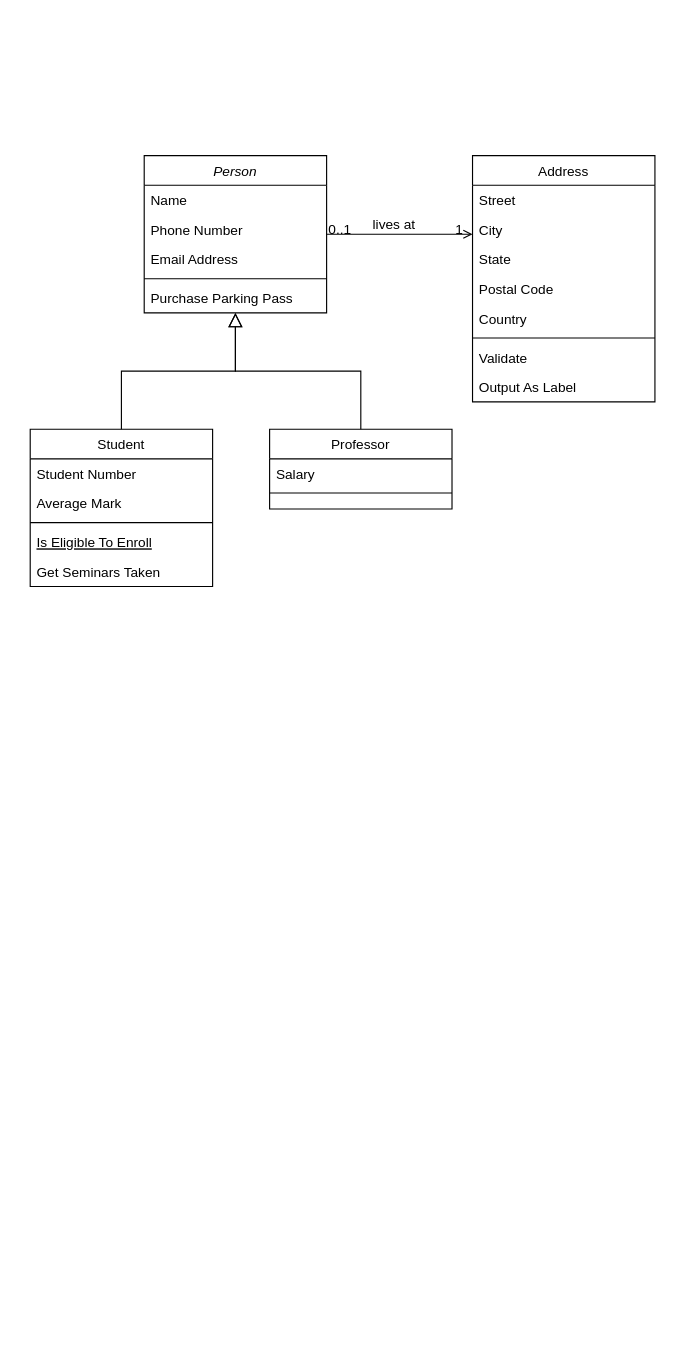
Earlier version of the draw.io diagram Untitled Diagram.drawio (NgoAnhThanThien/thanthien123). Source tidied: cells renumbered, new cells numbered last; positions are measured from the earlier drawing's top-left corner, leaving out a move shared by most shapes. Both pictures are drawn from the tidied source at 114%, with x=0, y=0 at pixel (30, 155).
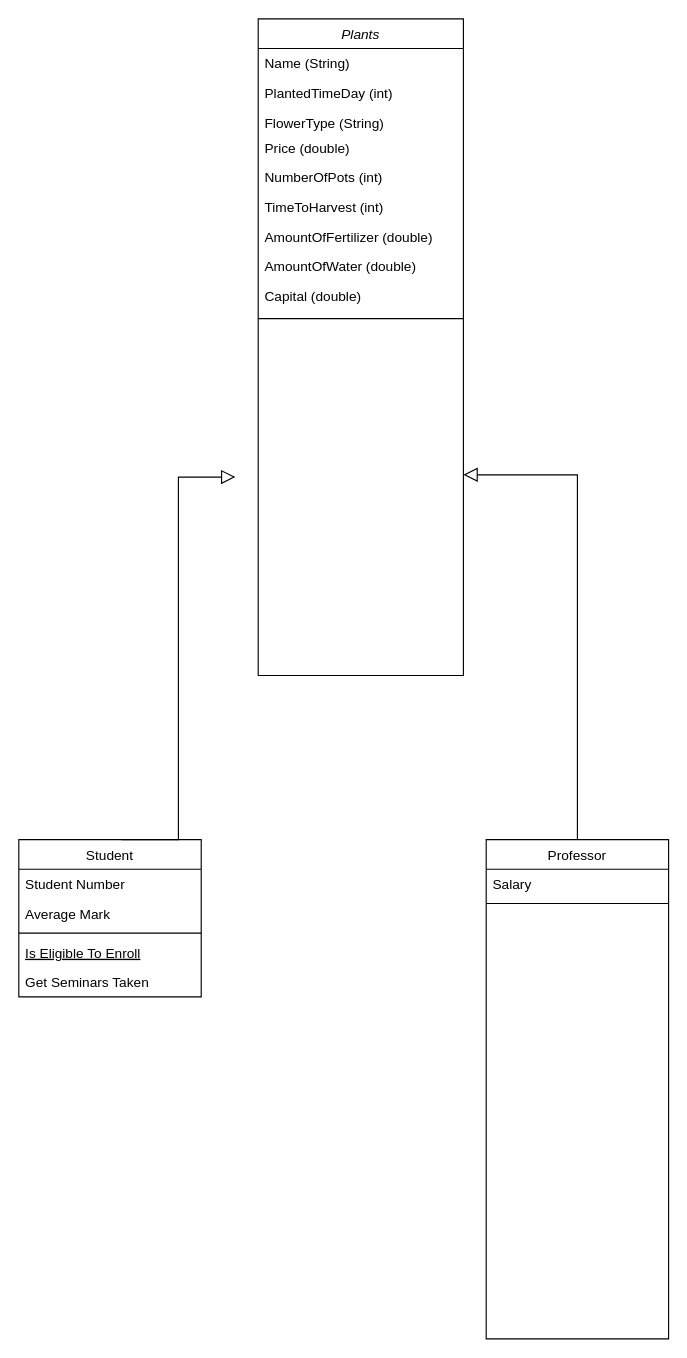
The same page after the edit.

Diff of the diagram source:
```diff
@@
-    <mxCell id="2" value="Person" style="swimlane;fontStyle=2;align=center;verticalAlign=top;horizontal=1;startSize=26;rounded=0;shadow=0;strokeWidth=1;" parent="1" vertex="1">
-      <mxGeometry x="100" width="160" height="138" as="geometry" />
+    <mxCell id="2" value="Plants" style="swimlane;fontStyle=2;align=center;verticalAlign=top;horizontal=1;startSize=26;rounded=0;shadow=0;strokeWidth=1;" parent="1" vertex="1">
+      <mxGeometry x="200" y="-120" width="180" height="576" as="geometry" />
     </mxCell>
-    <mxCell id="3" value="Name" style="text;align=left;verticalAlign=top;spacingLeft=4;spacingRight=4;overflow=hidden;" parent="2" vertex="1">
-      <mxGeometry y="26" width="160" height="26" as="geometry" />
+    <mxCell id="3" value="Name (String)" style="text;align=left;verticalAlign=top;spacingLeft=4;spacingRight=4;overflow=hidden;" parent="2" vertex="1">
+      <mxGeometry y="26" width="180" height="26" as="geometry" />
     </mxCell>
-    <mxCell id="4" value="Phone Number" style="text;align=left;verticalAlign=top;spacingLeft=4;spacingRight=4;overflow=hidden;rounded=0;shadow=0;html=0;" parent="2" vertex="1">
-      <mxGeometry y="52" width="160" height="26" as="geometry" />
+    <mxCell id="4" value="PlantedTimeDay (int)" style="text;align=left;verticalAlign=top;spacingLeft=4;spacingRight=4;overflow=hidden;rounded=0;shadow=0;html=0;" parent="2" vertex="1">
+      <mxGeometry y="52" width="180" height="26" as="geometry" />
     </mxCell>
-    <mxCell id="5" value="Email Address" style="text;align=left;verticalAlign=top;spacingLeft=4;spacingRight=4;overflow=hidden;rounded=0;shadow=0;html=0;" parent="2" vertex="1">
-      <mxGeometry y="78" width="160" height="26" as="geometry" />
+    <mxCell id="5" value="FlowerType (String)" style="text;align=left;verticalAlign=top;spacingLeft=4;spacingRight=4;overflow=hidden;rounded=0;shadow=0;html=0;" parent="2" vertex="1">
+      <mxGeometry y="78" width="180" height="22" as="geometry" />
     </mxCell>
+    <mxCell id="32" value="Price (double)" style="text;align=left;verticalAlign=top;spacingLeft=4;spacingRight=4;overflow=hidden;" parent="2" vertex="1">
+      <mxGeometry y="100" width="180" height="26" as="geometry" />
+    </mxCell>
+    <mxCell id="33" value="NumberOfPots (int)" style="text;align=left;verticalAlign=top;spacingLeft=4;spacingRight=4;overflow=hidden;" parent="2" vertex="1">
+      <mxGeometry y="126" width="180" height="26" as="geometry" />
+    </mxCell>
+    <mxCell id="7" value="TimeToHarvest (int)" style="text;align=left;verticalAlign=top;spacingLeft=4;spacingRight=4;overflow=hidden;" parent="2" vertex="1">
+      <mxGeometry y="152" width="180" height="26" as="geometry" />
+    </mxCell>
+    <mxCell id="34" value="AmountOfFertilizer (double)" style="text;align=left;verticalAlign=top;spacingLeft=4;spacingRight=4;overflow=hidden;" parent="2" vertex="1">
+      <mxGeometry y="178" width="180" height="26" as="geometry" />
+    </mxCell>
+    <mxCell id="35" value="AmountOfWater (double)" style="text;align=left;verticalAlign=top;spacingLeft=4;spacingRight=4;overflow=hidden;" parent="2" vertex="1">
+      <mxGeometry y="204" width="180" height="26" as="geometry" />
+    </mxCell>
+    <mxCell id="36" value="Capital (double)" style="text;align=left;verticalAlign=top;spacingLeft=4;spacingRight=4;overflow=hidden;" parent="2" vertex="1">
+      <mxGeometry y="230" width="180" height="26" as="geometry" />
+    </mxCell>
     <mxCell id="6" style="line;html=1;strokeWidth=1;align=left;verticalAlign=middle;spacingTop=-1;spacingLeft=3;spacingRight=3;labelPosition=right;" parent="2" vertex="1">
-      <mxGeometry y="104" width="160" height="8" as="geometry" />
+      <mxGeometry y="256" width="180" height="14" as="geometry" />
     </mxCell>
-    <mxCell id="7" value="Purchase Parking Pass" style="text;align=left;verticalAlign=top;spacingLeft=4;spacingRight=4;overflow=hidden;" parent="2" vertex="1">
-      <mxGeometry y="112" width="160" height="26" as="geometry" />
-    </mxCell>
     <mxCell id="8" value="Student" style="swimlane;fontStyle=0;align=center;verticalAlign=top;horizontal=1;startSize=26;rounded=0;shadow=0;strokeWidth=1;" parent="1" vertex="1">
-      <mxGeometry y="240" width="160" height="138" as="geometry" />
+      <mxGeometry x="-10" y="600" width="160" height="138" as="geometry" />
     </mxCell>
@@
-    <mxCell id="14" style="endArrow=block;endSize=10;endFill=0;shadow=0;strokeWidth=1;rounded=0;curved=0;edgeStyle=elbowEdgeStyle;elbow=vertical;" parent="1" edge="1" source="8" target="2">
-      <mxGeometry relative="1" as="geometry" />
+    <mxCell id="14" style="endArrow=block;endSize=10;endFill=0;shadow=0;strokeWidth=1;rounded=0;edgeStyle=elbowEdgeStyle;entryX=0;entryY=0.75;entryDx=0;entryDy=0;" parent="1" edge="1">
+      <mxGeometry relative="1" as="geometry">
+        <mxPoint x="80" y="600" as="sourcePoint" />
+        <mxPoint x="180" y="282" as="targetPoint" />
+      </mxGeometry>
     </mxCell>
     <mxCell id="15" value="Professor" style="swimlane;fontStyle=0;align=center;verticalAlign=top;horizontal=1;startSize=26;rounded=0;shadow=0;strokeWidth=1;" parent="1" vertex="1">
-      <mxGeometry x="210" y="240" width="160" height="70" as="geometry" />
+      <mxGeometry x="400" y="600" width="160" height="438" as="geometry" />
     </mxCell>
@@
     <mxCell id="18" style="endArrow=block;endSize=10;endFill=0;shadow=0;strokeWidth=1;rounded=0;curved=0;edgeStyle=elbowEdgeStyle;elbow=vertical;" parent="1" edge="1" source="15" target="2">
-      <mxGeometry relative="1" as="geometry" />
+      <mxGeometry relative="1" as="geometry">
+        <Array as="points">
+          <mxPoint x="330" y="280" />
+          <mxPoint x="270" y="440" />
+          <mxPoint x="350" y="460" />
+          <mxPoint x="250" y="160" />
+          <mxPoint x="450" y="180" />
+          <mxPoint x="470" y="160" />
+        </Array>
+      </mxGeometry>
     </mxCell>
-    <mxCell id="19" value="Address" style="swimlane;fontStyle=0;align=center;verticalAlign=top;horizontal=1;startSize=26;rounded=0;shadow=0;strokeWidth=1;" parent="1" vertex="1">
-      <mxGeometry x="388" width="160" height="216" as="geometry" />
-    </mxCell>
-    <mxCell id="20" value="Street" style="text;align=left;verticalAlign=top;spacingLeft=4;spacingRight=4;overflow=hidden;" parent="19" vertex="1">
-      <mxGeometry y="26" width="160" height="26" as="geometry" />
-    </mxCell>
-    <mxCell id="21" value="City" style="text;align=left;verticalAlign=top;spacingLeft=4;spacingRight=4;overflow=hidden;rounded=0;shadow=0;html=0;" parent="19" vertex="1">
-      <mxGeometry y="52" width="160" height="26" as="geometry" />
-    </mxCell>
-    <mxCell id="22" value="State" style="text;align=left;verticalAlign=top;spacingLeft=4;spacingRight=4;overflow=hidden;rounded=0;shadow=0;html=0;" parent="19" vertex="1">
-      <mxGeometry y="78" width="160" height="26" as="geometry" />
-    </mxCell>
-    <mxCell id="23" value="Postal Code" style="text;align=left;verticalAlign=top;spacingLeft=4;spacingRight=4;overflow=hidden;rounded=0;shadow=0;html=0;" parent="19" vertex="1">
-      <mxGeometry y="104" width="160" height="26" as="geometry" />
-    </mxCell>
-    <mxCell id="24" value="Country" style="text;align=left;verticalAlign=top;spacingLeft=4;spacingRight=4;overflow=hidden;rounded=0;shadow=0;html=0;" parent="19" vertex="1">
-      <mxGeometry y="130" width="160" height="26" as="geometry" />
-    </mxCell>
-    <mxCell id="25" style="line;html=1;strokeWidth=1;align=left;verticalAlign=middle;spacingTop=-1;spacingLeft=3;spacingRight=3;labelPosition=right;" parent="19" vertex="1">
-      <mxGeometry y="156" width="160" height="8" as="geometry" />
-    </mxCell>
-    <mxCell id="26" value="Validate" style="text;align=left;verticalAlign=top;spacingLeft=4;spacingRight=4;overflow=hidden;" parent="19" vertex="1">
-      <mxGeometry y="164" width="160" height="26" as="geometry" />
-    </mxCell>
-    <mxCell id="27" value="Output As Label" style="text;align=left;verticalAlign=top;spacingLeft=4;spacingRight=4;overflow=hidden;" parent="19" vertex="1">
-      <mxGeometry y="190" width="160" height="26" as="geometry" />
-    </mxCell>
-    <mxCell id="28" style="endArrow=open;shadow=0;strokeWidth=1;rounded=0;curved=0;endFill=1;edgeStyle=elbowEdgeStyle;elbow=vertical;" parent="1" edge="1" source="2" target="19">
-      <mxGeometry x="0.5" y="41" relative="1" as="geometry">
-        <mxPoint x="-40" y="32" as="offset" />
-      </mxGeometry>
-    </mxCell>
-    <mxCell id="29" value="0..1" style="align=left;verticalAlign=bottom;labelBackgroundColor=none;fontSize=12;" parent="28" vertex="1">
-      <mxGeometry x="-1" relative="1" as="geometry">
-        <mxPoint y="4" as="offset" />
-      </mxGeometry>
-    </mxCell>
-    <mxCell id="30" value="1" style="align=right;verticalAlign=bottom;labelBackgroundColor=none;fontSize=12;" parent="28" vertex="1">
-      <mxGeometry x="1" relative="1" as="geometry">
-        <mxPoint x="-7" y="4" as="offset" />
-      </mxGeometry>
-    </mxCell>
-    <mxCell id="31" value="lives at" style="text;html=1;align=center;verticalAlign=middle;labelBackgroundColor=none;rounded=0;shadow=0;strokeWidth=1;fontSize=12;" parent="28" vertex="1">
-      <mxGeometry x="0.5" y="49" relative="1" as="geometry">
-        <mxPoint x="-38" y="40" as="offset" />
-      </mxGeometry>
-    </mxCell>
```
